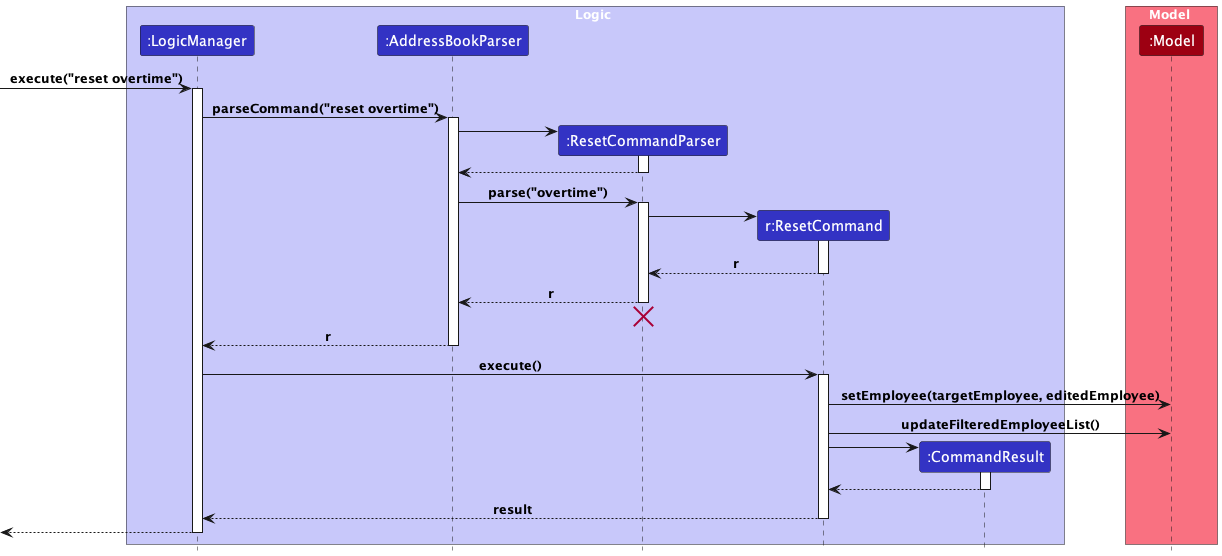
This is docs/images/ResetSequenceDiagram.png from nus-cs2103-AY2324S1/tp, a PlantUML export, as it was before one commit.
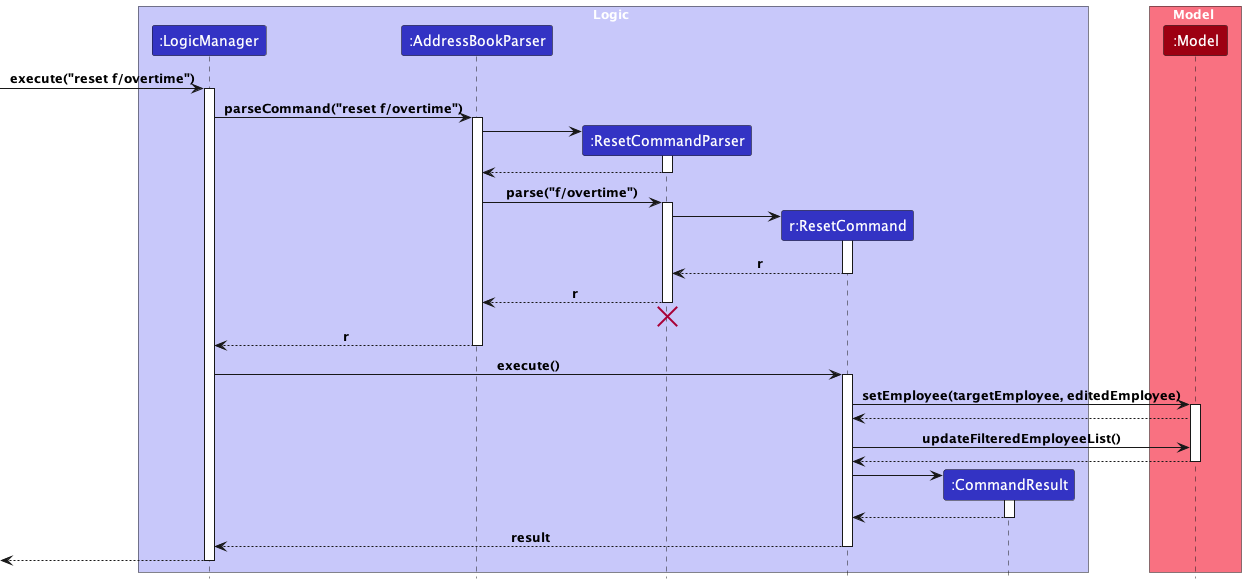
Later version of the same file.

Diff of the diagram source:
```diff
@@ -12,10 +12,10 @@
 box Model MODEL_COLOR_T1
 participant ":Model" as Model MODEL_COLOR
 end box
-[-> LogicManager : execute("reset overtime")
+[-> LogicManager : execute("reset f/overtime")
 activate LogicManager
 
-LogicManager -> AddressBookParser : parseCommand("reset overtime")
+LogicManager -> AddressBookParser : parseCommand("reset f/overtime")
 activate AddressBookParser
 
 create ResetCommandParser
@@ -25,7 +25,7 @@
 ResetCommandParser --> AddressBookParser
 deactivate ResetCommandParser
 
-AddressBookParser -> ResetCommandParser : parse("overtime")
+AddressBookParser -> ResetCommandParser : parse("f/overtime")
 activate ResetCommandParser
 
 create ResetCommand
@@ -48,7 +48,14 @@
 activate ResetCommand
 
 ResetCommand -> Model : setEmployee(targetEmployee, editedEmployee)
+activate Model
+
+Model --> ResetCommand
+
 ResetCommand -> Model : updateFilteredEmployeeList()
+
+Model --> ResetCommand
+deactivate Model
 
 create CommandResult
 ResetCommand -> CommandResult
```
